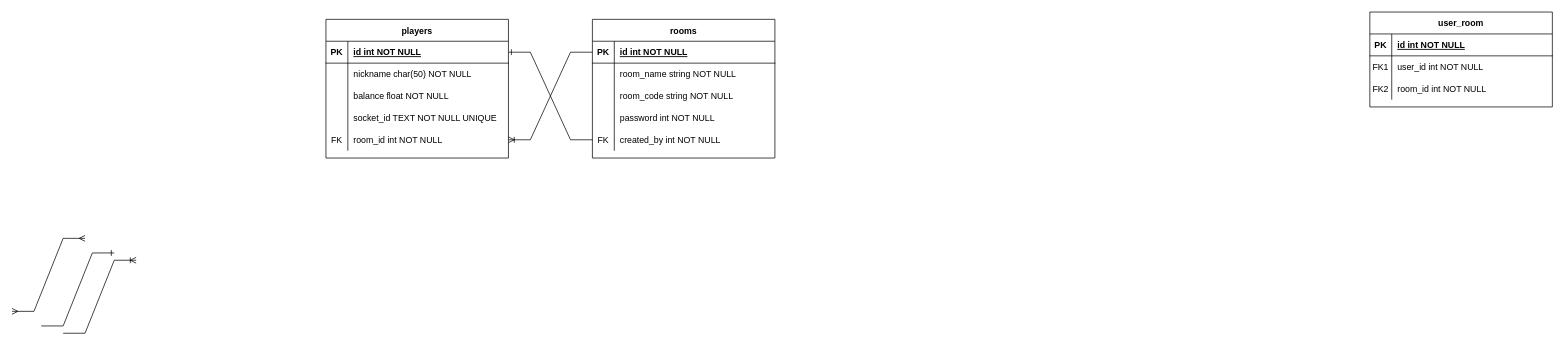
Earlier version of the draw.io diagram server/projectBI.drawio (Magoninho/super-banco-imobiliario). Source tidied: cells renumbered, new cells numbered last; positions are measured from the earlier drawing's top-left corner, leaving out a move shared by most shapes. Both pictures are drawn from the tidied source at 73%, with x=0, y=0 at pixel (12, 12).
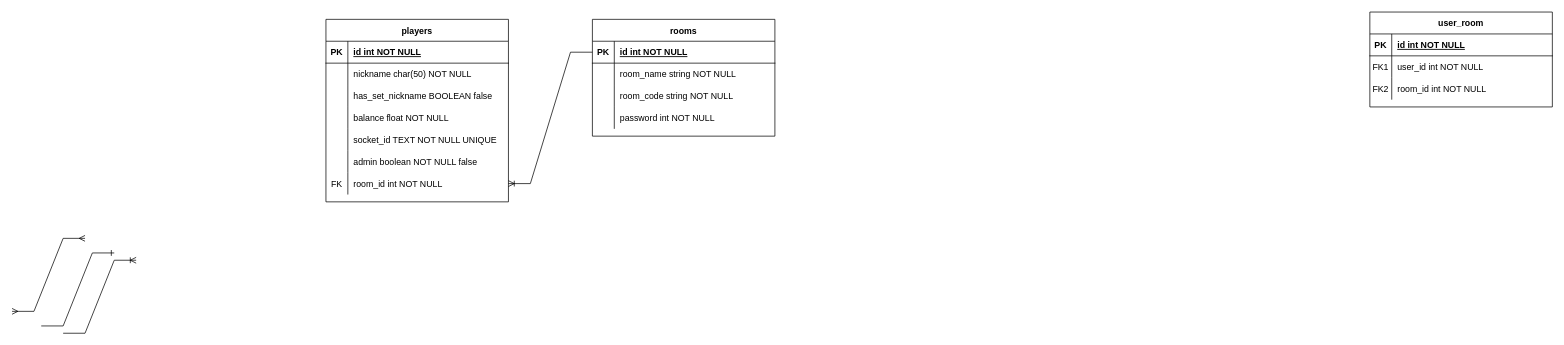
The same diagram, later.

Commit message:
updated the database diagram

Unchanged cells that the change refers to:
```xml
<mxCell id="32" style="shape=partialRectangle;fillColor=none;points=[[0,0.5],[1,0.5]];portConstraint=eastwest;top=0;left=0;right=0;bottom=1;" parent="31" vertex="1">
  <mxGeometry y="30" width="250" height="30" as="geometry" />
</mxCell>
```

Diff of the diagram source:
```diff
@@
     <mxCell id="2" value="rooms" style="shape=table;startSize=30;childLayout=tableLayout;rowLines=0;fontStyle=1;align=center;" parent="1" vertex="1">
-      <mxGeometry x="795" y="10" width="250" height="190" as="geometry" />
+      <mxGeometry x="795" y="10" width="250" height="160" as="geometry" />
     </mxCell>
@@
-    <mxCell id="15" style="shape=partialRectangle;fillColor=none;points=[[0,0.5],[1,0.5]];portConstraint=eastwest;top=0;left=0;right=0;bottom=0;" parent="2" vertex="1">
-      <mxGeometry y="150" width="250" height="30" as="geometry" />
-    </mxCell>
-    <mxCell id="16" value="FK" style="shape=partialRectangle;overflow=hidden;fillColor=none;top=0;left=0;bottom=0;right=0;" parent="15" vertex="1">
-      <mxGeometry width="30" height="30" as="geometry" />
-    </mxCell>
-    <mxCell id="17" value="created_by int NOT NULL" style="shape=partialRectangle;overflow=hidden;fillColor=none;top=0;left=0;bottom=0;right=0;align=left;spacingLeft=6;" parent="15" vertex="1">
-      <mxGeometry x="30" width="220" height="30" as="geometry" />
-    </mxCell>
@@
     <mxCell id="31" value="players" style="shape=table;startSize=30;childLayout=tableLayout;rowLines=0;fontStyle=1;align=center;" parent="1" vertex="1">
-      <mxGeometry x="430" y="10" width="250" height="190" as="geometry" />
+      <mxGeometry x="430" y="10" width="250" height="250" as="geometry" />
     </mxCell>
@@
+    <mxCell id="49" style="shape=partialRectangle;fillColor=none;top=0;left=0;right=0;bottom=0;" parent="31" vertex="1">
+      <mxGeometry y="90" width="250" height="30" as="geometry" />
+    </mxCell>
+    <mxCell id="50" style="shape=partialRectangle;overflow=hidden;fillColor=none;top=0;left=0;bottom=0;right=0;" parent="49" vertex="1">
+      <mxGeometry width="30" height="30" as="geometry" />
+    </mxCell>
+    <mxCell id="51" value="has_set_nickname BOOLEAN false" style="shape=partialRectangle;overflow=hidden;fillColor=none;top=0;left=0;bottom=0;right=0;align=left;spacingLeft=6;" parent="49" vertex="1">
+      <mxGeometry x="30" width="220" height="30" as="geometry" />
+    </mxCell>
     <mxCell id="38" style="shape=partialRectangle;fillColor=none;top=0;left=0;right=0;bottom=0;" parent="31" vertex="1">
-      <mxGeometry y="90" width="250" height="30" as="geometry" />
+      <mxGeometry y="120" width="250" height="30" as="geometry" />
     </mxCell>
@@
     <mxCell id="41" style="shape=partialRectangle;fillColor=none;top=0;left=0;right=0;bottom=0;" parent="31" vertex="1">
-      <mxGeometry y="120" width="250" height="30" as="geometry" />
+      <mxGeometry y="150" width="250" height="30" as="geometry" />
     </mxCell>
@@
+    <mxCell id="52" style="shape=partialRectangle;fillColor=none;top=0;left=0;right=0;bottom=0;" parent="31" vertex="1">
+      <mxGeometry y="180" width="250" height="30" as="geometry" />
+    </mxCell>
+    <mxCell id="53" style="shape=partialRectangle;overflow=hidden;fillColor=none;top=0;left=0;bottom=0;right=0;" parent="52" vertex="1">
+      <mxGeometry width="30" height="30" as="geometry" />
+    </mxCell>
+    <mxCell id="54" value="admin boolean NOT NULL false" style="shape=partialRectangle;overflow=hidden;fillColor=none;top=0;left=0;bottom=0;right=0;align=left;spacingLeft=6;" parent="52" vertex="1">
+      <mxGeometry x="30" width="220" height="30" as="geometry" />
+    </mxCell>
     <mxCell id="44" style="shape=partialRectangle;fillColor=none;points=[[0,0.5],[1,0.5]];portConstraint=eastwest;top=0;left=0;right=0;bottom=0;" parent="31" vertex="1">
-      <mxGeometry y="150" width="250" height="30" as="geometry" />
+      <mxGeometry y="210" width="250" height="30" as="geometry" />
     </mxCell>
@@
-    <mxCell id="48" style="edgeStyle=entityRelationEdgeStyle;shape=connector;rounded=0;jettySize=auto;html=1;strokeColor=default;align=center;verticalAlign=middle;fontFamily=Helvetica;fontSize=12;fontColor=default;labelBackgroundColor=default;endArrow=ERone;endFill=1;" parent="1" edge="1" source="15" target="32">
-      <mxGeometry relative="1" as="geometry" />
-    </mxCell>
```
